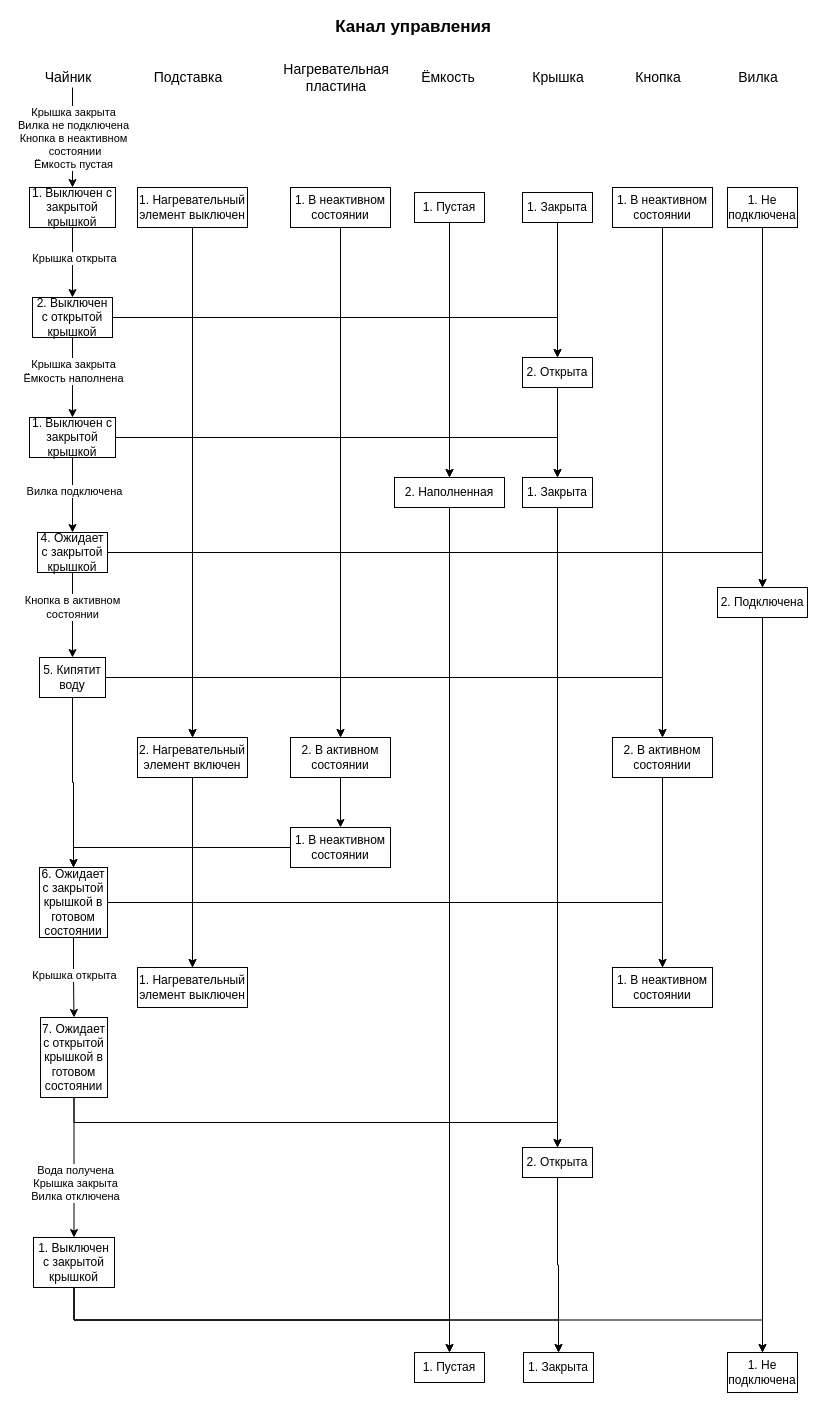
Before: page "Канал управления" (4 of 5) of lab_05/lab_05.drawio in ilyasssklimov/BMSTU_OOP, a draw.io diagram. Source tidied: cells renumbered, new cells numbered last; positions are measured from the earlier drawing's top-left corner, leaving out a move shared by most shapes. Both pictures are drawn from the tidied source at 100%, with x=0, y=0 at pixel (29, 17).
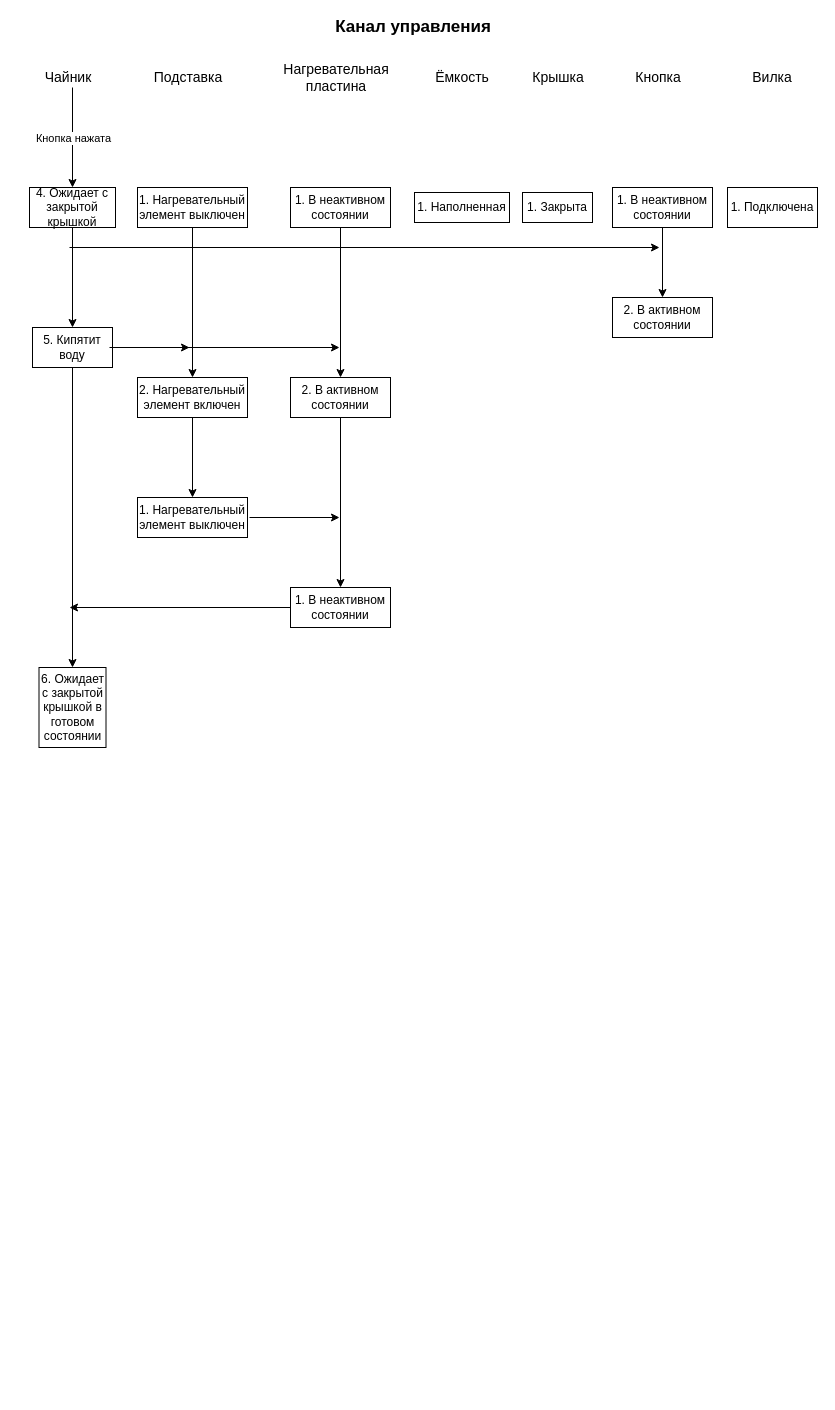
After the change.

Unchanged cells that the change refers to:
```xml
<mxCell id="17" value="1. Закрыта" style="rounded=0;whiteSpace=wrap;html=1;" parent="1" vertex="1">
  <mxGeometry x="493" y="175" width="70" height="30" as="geometry" />
</mxCell>
<mxCell id="23" style="edgeStyle=orthogonalEdgeStyle;rounded=0;jettySize=auto;html=1;exitX=0.5;exitY=1;exitDx=0;exitDy=0;entryX=0.5;entryY=0;entryDx=0;entryDy=0;" parent="1" edge="1" source="25" target="29">
  <mxGeometry relative="1" as="geometry" />
</mxCell>
<mxCell id="72" style="endArrow=classic;html=1;entryX=0.5;entryY=0;entryDx=0;entryDy=0;" parent="1" edge="1" target="25">
  <mxGeometry relative="1" as="geometry">
    <mxPoint x="43" y="70" as="sourcePoint" />
  </mxGeometry>
</mxCell>
```

The edit, as a diff of the source:
```diff
@@
     <mxCell id="6" value="&lt;font style=&quot;font-size: 14px&quot;&gt;Ёмкость&lt;/font&gt;" style="text;html=1;strokeColor=none;fillColor=none;align=center;verticalAlign=middle;whiteSpace=wrap;rounded=0;" parent="1" vertex="1">
-      <mxGeometry x="399" y="50" width="40" height="20" as="geometry" />
+      <mxGeometry x="412.5" y="50" width="40" height="20" as="geometry" />
     </mxCell>
@@
     <mxCell id="9" value="&lt;font style=&quot;font-size: 14px&quot;&gt;Вилка&lt;/font&gt;" style="text;html=1;strokeColor=none;fillColor=none;align=center;verticalAlign=middle;whiteSpace=wrap;rounded=0;" parent="1" vertex="1">
-      <mxGeometry x="709" y="50" width="40" height="20" as="geometry" />
+      <mxGeometry x="723" y="50" width="40" height="20" as="geometry" />
     </mxCell>
@@
-    <mxCell id="14" style="edgeStyle=orthogonalEdgeStyle;rounded=0;jettySize=auto;html=1;exitX=0.5;exitY=1;exitDx=0;exitDy=0;entryX=0.5;entryY=0;entryDx=0;entryDy=0;" parent="1" edge="1" source="15" target="55">
-      <mxGeometry relative="1" as="geometry" />
-    </mxCell>
-    <mxCell id="15" value="1. Пустая" style="rounded=0;whiteSpace=wrap;html=1;" parent="1" vertex="1">
-      <mxGeometry x="385" y="175" width="70" height="30" as="geometry" />
+    <mxCell id="15" value="1. Наполненная" style="rounded=0;whiteSpace=wrap;html=1;" parent="1" vertex="1">
+      <mxGeometry x="385" y="175" width="95" height="30" as="geometry" />
     </mxCell>
-    <mxCell id="16" style="edgeStyle=orthogonalEdgeStyle;rounded=0;jettySize=auto;html=1;exitX=0.5;exitY=1;exitDx=0;exitDy=0;entryX=0.5;entryY=0;entryDx=0;entryDy=0;" parent="1" edge="1" source="17" target="31">
-      <mxGeometry relative="1" as="geometry" />
-    </mxCell>
@@
-    <mxCell id="21" style="edgeStyle=orthogonalEdgeStyle;rounded=0;jettySize=auto;html=1;exitX=0.5;exitY=1;exitDx=0;exitDy=0;" parent="1" edge="1" source="22" target="44">
-      <mxGeometry relative="1" as="geometry" />
-    </mxCell>
-    <mxCell id="22" value="1. Не подключена" style="rounded=0;whiteSpace=wrap;html=1;" parent="1" vertex="1">
-      <mxGeometry x="698" y="170" width="70" height="40" as="geometry" />
+    <mxCell id="22" value="1. Подключена" style="rounded=0;whiteSpace=wrap;html=1;" parent="1" vertex="1">
+      <mxGeometry x="698" y="170" width="90" height="40" as="geometry" />
     </mxCell>
@@
-    <mxCell id="24" value="Крышка открыта" style="edgeLabel;html=1;align=center;verticalAlign=middle;" parent="23" vertex="1">
-      <mxGeometry x="-0.15" y="1" relative="1" as="geometry" />
-    </mxCell>
-    <mxCell id="25" value="1. Выключен с закрытой крышкой" style="rounded=0;whiteSpace=wrap;html=1;" parent="1" vertex="1">
+    <mxCell id="25" value="4. Ожидает с закрытой крышкой" style="rounded=0;whiteSpace=wrap;html=1;" parent="1" vertex="1">
       <mxGeometry y="170" width="86" height="40" as="geometry" />
     </mxCell>
-    <mxCell id="26" style="edgeStyle=orthogonalEdgeStyle;rounded=0;jettySize=auto;html=1;exitX=1;exitY=0.5;exitDx=0;exitDy=0;" parent="1" edge="1" source="29" target="31">
-      <mxGeometry relative="1" as="geometry" />
-    </mxCell>
-    <mxCell id="27" style="edgeStyle=orthogonalEdgeStyle;rounded=0;jettySize=auto;html=1;exitX=0.5;exitY=1;exitDx=0;exitDy=0;entryX=0.5;entryY=0;entryDx=0;entryDy=0;" parent="1" edge="1" source="29" target="36">
-      <mxGeometry relative="1" as="geometry">
-        <Array as="points">
-          <mxPoint x="43" y="360" />
-          <mxPoint x="43" y="360" />
-        </Array>
-      </mxGeometry>
-    </mxCell>
-    <mxCell id="28" value="Крышка закрыта&lt;br&gt;Ёмкость наполнена" style="edgeLabel;html=1;align=center;verticalAlign=middle;" parent="27" vertex="1">
-      <mxGeometry x="-0.18" relative="1" as="geometry" />
-    </mxCell>
+    <mxCell id="82" style="edgeStyle=orthogonalEdgeStyle;rounded=0;jettySize=auto;html=1;exitX=0.5;exitY=1;exitDx=0;exitDy=0;entryX=0.5;entryY=0;entryDx=0;entryDy=0;" parent="1" edge="1" source="29" target="64">
+      <mxGeometry relative="1" as="geometry" />
+    </mxCell>
-    <mxCell id="29" value="2. Выключен с открытой крышкой" style="rounded=0;whiteSpace=wrap;html=1;" parent="1" vertex="1">
-      <mxGeometry x="3" y="280" width="80" height="40" as="geometry" />
+    <mxCell id="29" value="5. Кипятит воду" style="rounded=0;whiteSpace=wrap;html=1;" parent="1" vertex="1">
+      <mxGeometry x="3" y="310" width="80" height="40" as="geometry" />
     </mxCell>
-    <mxCell id="30" style="edgeStyle=orthogonalEdgeStyle;rounded=0;jettySize=auto;html=1;exitX=0.5;exitY=1;exitDx=0;exitDy=0;entryX=0.5;entryY=0;entryDx=0;entryDy=0;" parent="1" edge="1" source="31" target="38">
-      <mxGeometry relative="1" as="geometry" />
-    </mxCell>
-    <mxCell id="31" value="2. Открыта" style="rounded=0;whiteSpace=wrap;html=1;" parent="1" vertex="1">
-      <mxGeometry x="493" y="340" width="70" height="30" as="geometry" />
-    </mxCell>
-    <mxCell id="32" style="edgeStyle=orthogonalEdgeStyle;rounded=0;jettySize=auto;html=1;exitX=1;exitY=0.5;exitDx=0;exitDy=0;" parent="1" edge="1" source="36" target="38">
-      <mxGeometry relative="1" as="geometry" />
-    </mxCell>
-    <mxCell id="33" style="edgeStyle=orthogonalEdgeStyle;rounded=0;jettySize=auto;html=1;exitX=0.5;exitY=1;exitDx=0;exitDy=0;" parent="1" edge="1" source="36" target="42">
-      <mxGeometry relative="1" as="geometry">
-        <Array as="points">
-          <mxPoint x="43" y="480" />
-          <mxPoint x="43" y="480" />
-        </Array>
-      </mxGeometry>
-    </mxCell>
-    <mxCell id="34" value="Вилка подключена" style="edgeLabel;html=1;align=center;verticalAlign=middle;" parent="33" vertex="1">
-      <mxGeometry x="-0.13" y="1" relative="1" as="geometry" />
-    </mxCell>
-    <mxCell id="35" style="edgeStyle=orthogonalEdgeStyle;rounded=0;jettySize=auto;html=1;exitX=1;exitY=0.5;exitDx=0;exitDy=0;" parent="1" edge="1" source="36" target="55">
-      <mxGeometry relative="1" as="geometry" />
-    </mxCell>
-    <mxCell id="36" value="1. Выключен с закрытой крышкой" style="rounded=0;whiteSpace=wrap;html=1;" parent="1" vertex="1">
-      <mxGeometry y="400" width="86" height="40" as="geometry" />
-    </mxCell>
-    <mxCell id="37" style="edgeStyle=orthogonalEdgeStyle;rounded=0;jettySize=auto;html=1;exitX=0.5;exitY=1;exitDx=0;exitDy=0;entryX=0.5;entryY=0;entryDx=0;entryDy=0;startArrow=none;startFill=0;" parent="1" edge="1" source="38" target="79">
-      <mxGeometry relative="1" as="geometry" />
-    </mxCell>
-    <mxCell id="38" value="1. Закрыта" style="rounded=0;whiteSpace=wrap;html=1;" parent="1" vertex="1">
-      <mxGeometry x="493" y="460" width="70" height="30" as="geometry" />
-    </mxCell>
-    <mxCell id="39" style="edgeStyle=orthogonalEdgeStyle;rounded=0;jettySize=auto;html=1;exitX=1;exitY=0.5;exitDx=0;exitDy=0;" parent="1" edge="1" source="42" target="44">
-      <mxGeometry relative="1" as="geometry" />
-    </mxCell>
-    <mxCell id="40" style="edgeStyle=orthogonalEdgeStyle;rounded=0;jettySize=auto;html=1;exitX=0.5;exitY=1;exitDx=0;exitDy=0;entryX=0.5;entryY=0;entryDx=0;entryDy=0;" parent="1" edge="1" source="42" target="49">
-      <mxGeometry relative="1" as="geometry" />
-    </mxCell>
-    <mxCell id="41" value="Кнопка в активном &lt;br&gt;состоянии" style="edgeLabel;html=1;align=center;verticalAlign=middle;" parent="40" vertex="1">
-      <mxGeometry x="-0.21" y="-1" relative="1" as="geometry" />
-    </mxCell>
-    <mxCell id="42" value="4. Ожидает с закрытой крышкой" style="rounded=0;whiteSpace=wrap;html=1;" parent="1" vertex="1">
-      <mxGeometry x="8" y="515" width="70" height="40" as="geometry" />
-    </mxCell>
-    <mxCell id="43" style="edgeStyle=orthogonalEdgeStyle;rounded=0;jettySize=auto;html=1;exitX=0.5;exitY=1;exitDx=0;exitDy=0;entryX=0.5;entryY=0;entryDx=0;entryDy=0;" parent="1" edge="1" source="44" target="71">
-      <mxGeometry relative="1" as="geometry" />
-    </mxCell>
-    <mxCell id="44" value="2. Подключена&lt;br&gt;" style="rounded=0;whiteSpace=wrap;html=1;" parent="1" vertex="1">
-      <mxGeometry x="688" y="570" width="90" height="30" as="geometry" />
-    </mxCell>
-    <mxCell id="45" style="edgeStyle=orthogonalEdgeStyle;rounded=0;jettySize=auto;html=1;exitX=1;exitY=0.5;exitDx=0;exitDy=0;" parent="1" edge="1" source="49" target="51">
-      <mxGeometry relative="1" as="geometry" />
-    </mxCell>
-    <mxCell id="46" style="edgeStyle=orthogonalEdgeStyle;rounded=0;jettySize=auto;html=1;exitX=1;exitY=0.5;exitDx=0;exitDy=0;" parent="1" edge="1" source="49" target="57">
-      <mxGeometry relative="1" as="geometry" />
-    </mxCell>
-    <mxCell id="47" style="edgeStyle=orthogonalEdgeStyle;rounded=0;jettySize=auto;html=1;exitX=1;exitY=0.5;exitDx=0;exitDy=0;entryX=0.5;entryY=0;entryDx=0;entryDy=0;" parent="1" edge="1" source="49" target="53">
-      <mxGeometry relative="1" as="geometry" />
-    </mxCell>
-    <mxCell id="48" style="edgeStyle=orthogonalEdgeStyle;rounded=0;jettySize=auto;html=1;exitX=0.5;exitY=1;exitDx=0;exitDy=0;entryX=0.5;entryY=0;entryDx=0;entryDy=0;" parent="1" edge="1" source="49" target="64">
-      <mxGeometry relative="1" as="geometry" />
-    </mxCell>
-    <mxCell id="49" value="5. Кипятит воду" style="rounded=0;whiteSpace=wrap;html=1;" parent="1" vertex="1">
-      <mxGeometry x="10" y="640" width="66" height="40" as="geometry" />
-    </mxCell>
-    <mxCell id="50" style="edgeStyle=orthogonalEdgeStyle;rounded=0;jettySize=auto;html=1;exitX=0.5;exitY=1;exitDx=0;exitDy=0;" parent="1" edge="1" source="51" target="66">
+    <mxCell id="50" style="edgeStyle=orthogonalEdgeStyle;rounded=0;jettySize=auto;html=1;exitX=0.5;exitY=1;exitDx=0;exitDy=0;entryX=0.5;entryY=0;entryDx=0;entryDy=0;" parent="1" edge="1" source="51" target="66">
       <mxGeometry relative="1" as="geometry" />
     </mxCell>
     <mxCell id="51" value="2. Нагревательный элемент включен" style="rounded=0;whiteSpace=wrap;html=1;" parent="1" vertex="1">
-      <mxGeometry x="108" y="720" width="110" height="40" as="geometry" />
+      <mxGeometry x="108" y="360" width="110" height="40" as="geometry" />
     </mxCell>
@@
     <mxCell id="53" value="2. В активном состоянии" style="rounded=0;whiteSpace=wrap;html=1;" parent="1" vertex="1">
-      <mxGeometry x="261" y="720" width="100" height="40" as="geometry" />
+      <mxGeometry x="261" y="360" width="100" height="40" as="geometry" />
     </mxCell>
-    <mxCell id="54" style="edgeStyle=orthogonalEdgeStyle;rounded=0;jettySize=auto;html=1;exitX=0.5;exitY=1;exitDx=0;exitDy=0;entryX=0.5;entryY=0;entryDx=0;entryDy=0;startArrow=none;startFill=0;" parent="1" edge="1" source="55" target="80">
-      <mxGeometry relative="1" as="geometry" />
-    </mxCell>
-    <mxCell id="55" value="2. Наполненная" style="rounded=0;whiteSpace=wrap;html=1;" parent="1" vertex="1">
-      <mxGeometry x="365" y="460" width="110" height="30" as="geometry" />
-    </mxCell>
-    <mxCell id="56" style="edgeStyle=orthogonalEdgeStyle;rounded=0;jettySize=auto;html=1;exitX=0.5;exitY=1;exitDx=0;exitDy=0;" parent="1" edge="1" source="57" target="65">
-      <mxGeometry relative="1" as="geometry" />
-    </mxCell>
-    <mxCell id="57" value="2. В активном состоянии" style="rounded=0;whiteSpace=wrap;html=1;" parent="1" vertex="1">
-      <mxGeometry x="583" y="720" width="100" height="40" as="geometry" />
-    </mxCell>
-    <mxCell id="58" style="edgeStyle=orthogonalEdgeStyle;rounded=0;jettySize=auto;html=1;exitX=0;exitY=0.5;exitDx=0;exitDy=0;entryX=0.5;entryY=0;entryDx=0;entryDy=0;" parent="1" edge="1" source="59" target="64">
-      <mxGeometry relative="1" as="geometry" />
-    </mxCell>
     <mxCell id="59" value="1. В неактивном состоянии" style="rounded=0;whiteSpace=wrap;html=1;" parent="1" vertex="1">
-      <mxGeometry x="261" y="810" width="100" height="40" as="geometry" />
+      <mxGeometry x="261" y="570" width="100" height="40" as="geometry" />
     </mxCell>
-    <mxCell id="60" style="edgeStyle=orthogonalEdgeStyle;rounded=0;jettySize=auto;html=1;exitX=1;exitY=0.5;exitDx=0;exitDy=0;entryX=0.5;entryY=0;entryDx=0;entryDy=0;" parent="1" edge="1" source="64" target="66">
-      <mxGeometry relative="1" as="geometry" />
-    </mxCell>
-    <mxCell id="61" style="edgeStyle=orthogonalEdgeStyle;rounded=0;jettySize=auto;html=1;exitX=1;exitY=0.5;exitDx=0;exitDy=0;entryX=0.5;entryY=0;entryDx=0;entryDy=0;" parent="1" edge="1" source="64" target="65">
-      <mxGeometry relative="1" as="geometry" />
-    </mxCell>
-    <mxCell id="62" style="edgeStyle=orthogonalEdgeStyle;rounded=0;jettySize=auto;html=1;exitX=0.5;exitY=1;exitDx=0;exitDy=0;" parent="1" edge="1" source="64" target="75">
-      <mxGeometry relative="1" as="geometry" />
-    </mxCell>
-    <mxCell id="63" value="Крышка открыта" style="edgeLabel;html=1;align=center;verticalAlign=middle;" parent="62" vertex="1">
-      <mxGeometry x="-0.07" relative="1" as="geometry" />
-    </mxCell>
-    <mxCell id="64" value="6. Ожидает с закрытой крышкой в готовом состоянии" style="rounded=0;whiteSpace=wrap;html=1;" parent="1" vertex="1">
-      <mxGeometry x="10" y="850" width="68" height="70" as="geometry" />
-    </mxCell>
-    <mxCell id="65" value="1. В неактивном состоянии" style="rounded=0;whiteSpace=wrap;html=1;" parent="1" vertex="1">
-      <mxGeometry x="583" y="950" width="100" height="40" as="geometry" />
-    </mxCell>
     <mxCell id="66" value="1. Нагревательный элемент выключен" style="rounded=0;whiteSpace=wrap;html=1;" parent="1" vertex="1">
-      <mxGeometry x="108" y="950" width="110" height="40" as="geometry" />
+      <mxGeometry x="108" y="480" width="110" height="40" as="geometry" />
     </mxCell>
-    <mxCell id="67" style="edgeStyle=orthogonalEdgeStyle;rounded=0;jettySize=auto;html=1;exitX=1;exitY=0.5;exitDx=0;exitDy=0;entryX=0.5;entryY=0;entryDx=0;entryDy=0;startArrow=none;startFill=0;" parent="1" edge="1" source="70" target="80">
-      <mxGeometry relative="1" as="geometry" />
-    </mxCell>
-    <mxCell id="68" style="edgeStyle=orthogonalEdgeStyle;rounded=0;jettySize=auto;html=1;exitX=1;exitY=0.5;exitDx=0;exitDy=0;entryX=0.5;entryY=0;entryDx=0;entryDy=0;startArrow=none;startFill=0;" parent="1" edge="1" source="70" target="71">
-      <mxGeometry relative="1" as="geometry" />
-    </mxCell>
-    <mxCell id="69" style="edgeStyle=orthogonalEdgeStyle;rounded=0;jettySize=auto;html=1;exitX=1;exitY=0.5;exitDx=0;exitDy=0;entryX=0.5;entryY=0;entryDx=0;entryDy=0;startArrow=none;startFill=0;" parent="1" edge="1" source="70" target="81">
-      <mxGeometry relative="1" as="geometry" />
-    </mxCell>
-    <mxCell id="70" value="1. Выключен с закрытой крышкой" style="rounded=0;whiteSpace=wrap;html=1;direction=south;" parent="1" vertex="1">
-      <mxGeometry x="4" y="1220" width="81" height="50" as="geometry" />
-    </mxCell>
-    <mxCell id="71" value="1. Не подключена" style="rounded=0;whiteSpace=wrap;html=1;" parent="1" vertex="1">
-      <mxGeometry x="698" y="1335" width="70" height="40" as="geometry" />
-    </mxCell>
@@
-    <mxCell id="73" value="Крышка закрыта&lt;br&gt;Вилка не подключена&lt;br&gt;Кнопка в неактивном&lt;br&gt;&amp;nbsp;состоянии&lt;br&gt;Ёмкость пустая" style="edgeLabel;html=1;align=center;verticalAlign=middle;" parent="72" vertex="1">
+    <mxCell id="73" value="Кнопка нажата" style="edgeLabel;html=1;align=center;verticalAlign=middle;" parent="72" vertex="1">
       <mxGeometry relative="1" as="geometry" />
     </mxCell>
-    <mxCell id="74" style="edgeStyle=orthogonalEdgeStyle;rounded=0;jettySize=auto;html=1;exitX=0.5;exitY=1;exitDx=0;exitDy=0;entryX=0.5;entryY=0;entryDx=0;entryDy=0;startArrow=none;startFill=0;" parent="1" edge="1" source="75" target="79">
-      <mxGeometry relative="1" as="geometry" />
-    </mxCell>
-    <mxCell id="75" value="&lt;span&gt;7. Ожидает с открытой крышкой в готовом состоянии&lt;/span&gt;" style="rounded=0;whiteSpace=wrap;html=1;" parent="1" vertex="1">
-      <mxGeometry x="11" y="1000" width="67" height="80" as="geometry" />
-    </mxCell>
-    <mxCell id="76" style="endArrow=classic;html=1;exitX=0.5;exitY=1;exitDx=0;exitDy=0;entryX=0;entryY=0.5;entryDx=0;entryDy=0;" parent="1" edge="1" source="75" target="70">
-      <mxGeometry relative="1" as="geometry" />
-    </mxCell>
-    <mxCell id="77" value="Вода получена&lt;br&gt;Крышка закрыта&lt;br&gt;Вилка отключена" style="edgeLabel;html=1;align=center;verticalAlign=middle;" parent="76" vertex="1">
-      <mxGeometry x="0.21" y="1" relative="1" as="geometry" />
-    </mxCell>
-    <mxCell id="78" style="edgeStyle=orthogonalEdgeStyle;rounded=0;jettySize=auto;html=1;exitX=0.5;exitY=1;exitDx=0;exitDy=0;entryX=0.5;entryY=0;entryDx=0;entryDy=0;startArrow=none;startFill=0;" parent="1" edge="1" source="79" target="81">
-      <mxGeometry relative="1" as="geometry" />
-    </mxCell>
-    <mxCell id="79" value="2. Открыта" style="rounded=0;whiteSpace=wrap;html=1;" parent="1" vertex="1">
-      <mxGeometry x="493" y="1130" width="70" height="30" as="geometry" />
-    </mxCell>
-    <mxCell id="80" value="1. Пустая" style="rounded=0;whiteSpace=wrap;html=1;" parent="1" vertex="1">
-      <mxGeometry x="385" y="1335" width="70" height="30" as="geometry" />
-    </mxCell>
-    <mxCell id="81" value="1. Закрыта" style="rounded=0;whiteSpace=wrap;html=1;" parent="1" vertex="1">
-      <mxGeometry x="494" y="1335" width="70" height="30" as="geometry" />
-    </mxCell>
+    <mxCell id="57" value="2. В активном состоянии" style="rounded=0;whiteSpace=wrap;html=1;" parent="1" vertex="1">
+      <mxGeometry x="583" y="280" width="100" height="40" as="geometry" />
+    </mxCell>
+    <mxCell id="64" value="&lt;span&gt;6. Ожидает с закрытой крышкой в готовом состоянии&lt;/span&gt;" style="rounded=0;whiteSpace=wrap;html=1;" parent="1" vertex="1">
+      <mxGeometry x="9.5" y="650" width="67" height="80" as="geometry" />
+    </mxCell>
+    <mxCell id="83" style="endArrow=classic;html=1;" parent="1" edge="1">
+      <mxGeometry relative="1" as="geometry">
+        <mxPoint x="40" y="230" as="sourcePoint" />
+        <mxPoint x="630" y="230" as="targetPoint" />
+      </mxGeometry>
+    </mxCell>
+    <mxCell id="84" style="endArrow=classic;html=1;exitX=1;exitY=0.5;exitDx=0;exitDy=0;" parent="1" edge="1" source="29">
+      <mxGeometry relative="1" as="geometry">
+        <mxPoint x="310" y="330" as="targetPoint" />
+      </mxGeometry>
+    </mxCell>
+    <mxCell id="85" style="endArrow=classic;html=1;" parent="1" edge="1">
+      <mxGeometry relative="1" as="geometry">
+        <mxPoint x="80" y="330" as="sourcePoint" />
+        <mxPoint x="160" y="330" as="targetPoint" />
+      </mxGeometry>
+    </mxCell>
+    <mxCell id="86" style="endArrow=classic;html=1;" parent="1" edge="1">
+      <mxGeometry relative="1" as="geometry">
+        <mxPoint x="220" y="500" as="sourcePoint" />
+        <mxPoint x="310" y="500" as="targetPoint" />
+      </mxGeometry>
+    </mxCell>
+    <mxCell id="87" style="endArrow=classic;html=1;exitX=0;exitY=0.5;exitDx=0;exitDy=0;" parent="1" edge="1" source="59">
+      <mxGeometry relative="1" as="geometry">
+        <mxPoint x="40" y="590" as="targetPoint" />
+      </mxGeometry>
+    </mxCell>
```
